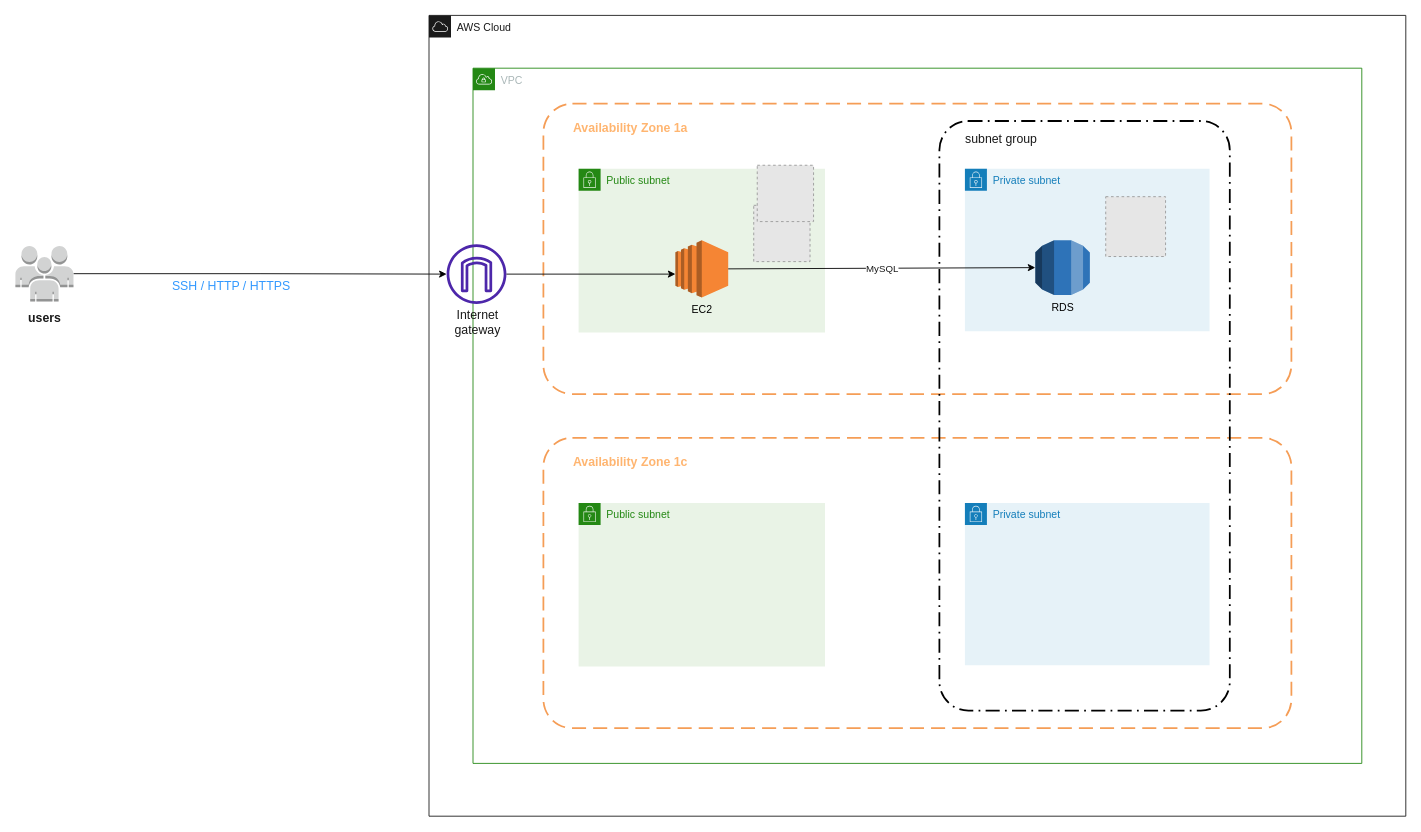
ngsw877/aws-infrastructure keeps this draw.io diagram as diagram/AWS Diagram.drawio. Above is the earlier version. Source tidied: cells renumbered, new cells numbered last; positions are measured from the earlier drawing's top-left corner, leaving out a move shared by most shapes. Both pictures are drawn from the tidied source at 88%, with x=0, y=0 at pixel (15, 15). Pictures stored in the file or linked from it are replaced by grey dashed boxes.
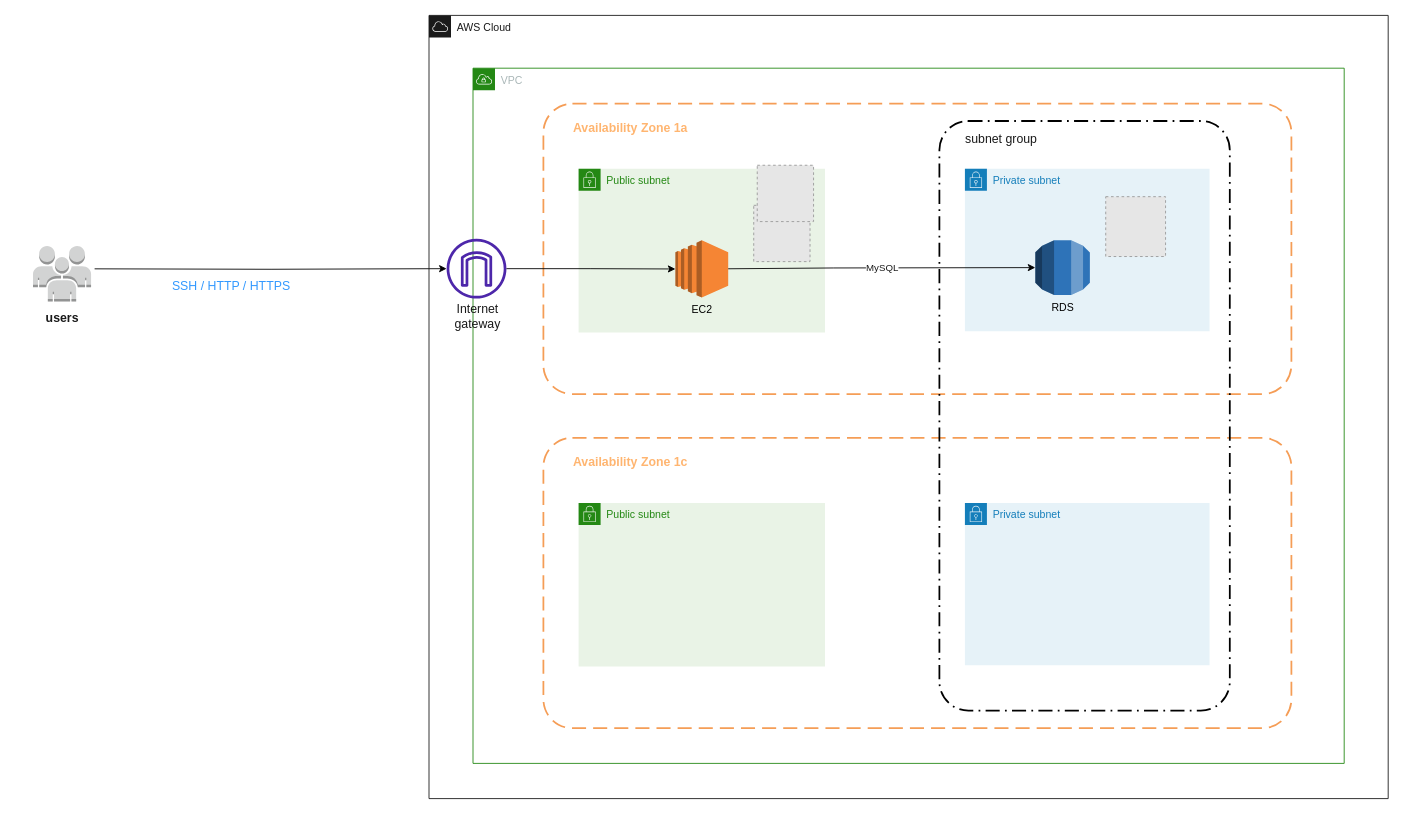
Above is the later version.

The change refers to these unchanged cells:
```xml
<mxCell id="7" style="group;" parent="4" vertex="1">
  <mxGeometry x="40" y="70" width="717" height="190" as="geometry" />
</mxCell>
<mxCell id="9" value="RDS" style="outlineConnect=0;dashed=0;verticalLabelPosition=bottom;verticalAlign=top;align=center;html=1;shape=mxgraph.aws3.rds;fillColor=#2E73B8;gradientColor=none;" parent="7" vertex="1">
  <mxGeometry x="519" y="85.3" width="62" height="62" as="geometry" />
</mxCell>
<mxCell id="11" value="EC2" style="outlineConnect=0;dashed=0;verticalLabelPosition=bottom;verticalAlign=top;align=center;html=1;shape=mxgraph.aws3.ec2;fillColor=#F58534;gradientColor=none;" parent="7" vertex="1">
  <mxGeometry x="110" y="85.3" width="60" height="65.1" as="geometry" />
</mxCell>
<mxCell id="27" style="sketch=0;outlineConnect=0;fontColor=#232F3E;gradientColor=none;fillColor=#4D27AA;strokeColor=none;dashed=0;verticalLabelPosition=bottom;verticalAlign=top;align=center;html=1;fontSize=12;fontStyle=0;shape=mxgraph.aws4.internet_gateway;" parent="26" vertex="1">
  <mxGeometry width="68" height="68" as="geometry" />
</mxCell>
<mxCell id="30" style="outlineConnect=0;dashed=0;verticalLabelPosition=bottom;verticalAlign=top;align=center;html=1;shape=mxgraph.aws3.users;fillColor=#D2D3D3;gradientColor=none;fontColor=#1A1A1A;strokeColor=#1A1A1A;" parent="29" vertex="1">
  <mxGeometry width="66" height="63" as="geometry" />
</mxCell>
```

What changed in the source:
```diff
@@
-    <mxCell id="2" style="edgeStyle=orthogonalEdgeStyle;rounded=0;jettySize=auto;html=1;fontSize=14;fontColor=#1A1A1A;" parent="1" edge="1" source="30" target="27">
-      <mxGeometry relative="1" as="geometry" />
+    <mxCell id="2" style="edgeStyle=orthogonalEdgeStyle;rounded=0;jettySize=auto;html=1;fontSize=14;fontColor=#1A1A1A;" parent="1" edge="1" target="27">
+      <mxGeometry relative="1" as="geometry">
+        <mxPoint x="90" y="288" as="sourcePoint" />
+      </mxGeometry>
     </mxCell>
     <mxCell id="3" value="VPC" style="gradientColor=none;html=1;whiteSpace=wrap;fontSize=12;fontStyle=0;shape=mxgraph.aws4.group;grIcon=mxgraph.aws4.group_vpc;strokeColor=#248814;fillColor=none;verticalAlign=top;align=left;spacingLeft=30;fontColor=#AAB7B8;dashed=0;" parent="1" vertex="1">
-      <mxGeometry x="520" y="60" width="1010" height="790" as="geometry" />
+      <mxGeometry x="520" y="60" width="990" height="790" as="geometry" />
     </mxCell>
@@
     <mxCell id="16" style="endArrow=classic;html=1;rounded=0;fontColor=#1A1A1A;entryX=0;entryY=0.5;entryDx=0;entryDy=0;entryPerimeter=0;" parent="7" edge="1" source="11" target="9">
-      <mxGeometry relative="1" as="geometry" />
+      <mxGeometry relative="1" as="geometry">
+        <Array as="points">
+          <mxPoint x="290" y="116.7" />
+        </Array>
+      </mxGeometry>
     </mxCell>
@@
-    <mxCell id="25" value="&lt;font color=&quot;#1a1a1a&quot;&gt;AWS Cloud&lt;/font&gt;" style="sketch=0;gradientColor=none;html=1;whiteSpace=wrap;fontSize=12;fontStyle=0;shape=mxgraph.aws4.group;grIcon=mxgraph.aws4.group_aws_cloud;strokeColor=#1A1A1A;fillColor=none;verticalAlign=top;align=left;spacingLeft=30;fontColor=#AAB7B8;dashed=0;" parent="1" vertex="1">
-      <mxGeometry x="470" width="1110" height="910" as="geometry" />
-    </mxCell>
     <mxCell id="26" style="group;" parent="1" vertex="1">
-      <mxGeometry x="490" y="260" width="70" height="108" as="geometry" />
+      <mxGeometry x="490" y="253.8" width="70" height="108" as="geometry" />
     </mxCell>
@@
     <mxCell id="29" style="group;" parent="1" vertex="1">
-      <mxGeometry y="262" width="66" height="91.5" as="geometry" />
+      <mxGeometry x="20" y="262" width="66" height="91.5" as="geometry" />
     </mxCell>
@@
-    <mxCell id="32" style="edgeStyle=orthogonalEdgeStyle;rounded=0;jettySize=auto;html=1;fontSize=14;fontColor=#1A1A1A;" parent="1" edge="1" source="27">
-      <mxGeometry relative="1" as="geometry">
-        <mxPoint x="750" y="294" as="targetPoint" />
-        <Array as="points">
-          <mxPoint x="578" y="294" />
-          <mxPoint x="578" y="294" />
-        </Array>
-      </mxGeometry>
+    <mxCell id="32" style="edgeStyle=orthogonalEdgeStyle;rounded=0;jettySize=auto;html=1;fontSize=14;fontColor=#1A1A1A;entryX=0;entryY=0.5;entryDx=0;entryDy=0;entryPerimeter=0;" parent="1" edge="1" source="27" target="11">
+      <mxGeometry relative="1" as="geometry" />
     </mxCell>
@@
+    <mxCell id="25" value="&lt;font color=&quot;#1a1a1a&quot;&gt;AWS Cloud&lt;/font&gt;" style="sketch=0;gradientColor=none;html=1;whiteSpace=wrap;fontSize=12;fontStyle=0;shape=mxgraph.aws4.group;grIcon=mxgraph.aws4.group_aws_cloud;strokeColor=#1A1A1A;fillColor=none;verticalAlign=top;align=left;spacingLeft=30;fontColor=#AAB7B8;dashed=0;" parent="1" vertex="1">
+      <mxGeometry x="470" width="1090" height="890" as="geometry" />
+    </mxCell>
```
